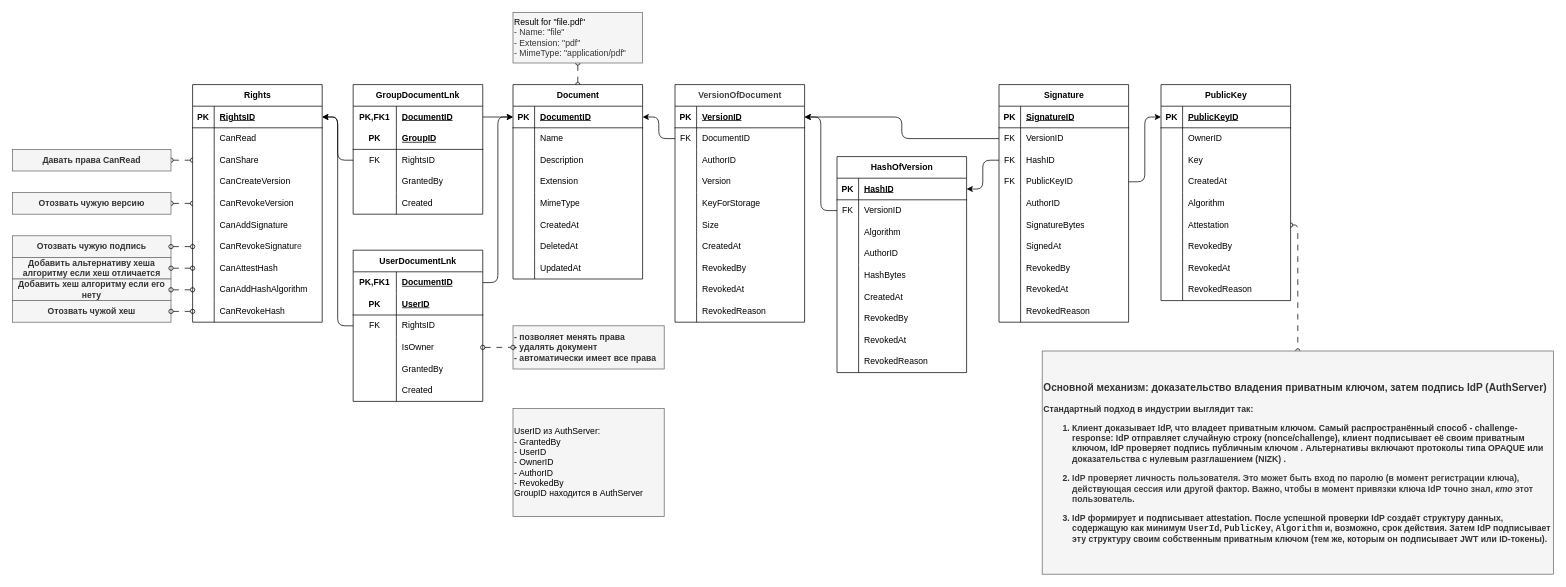
Shevchenko-Eduard/SecureEDM keeps this draw.io diagram as Doc/ER-BridgeServer.drawio. Above is the earlier version. Source tidied: cells renumbered, new cells numbered last; positions are measured from the earlier drawing's top-left corner, leaving out a move shared by most shapes. Both pictures are drawn from the tidied source at 72%, with x=0, y=0 at pixel (12, 12).
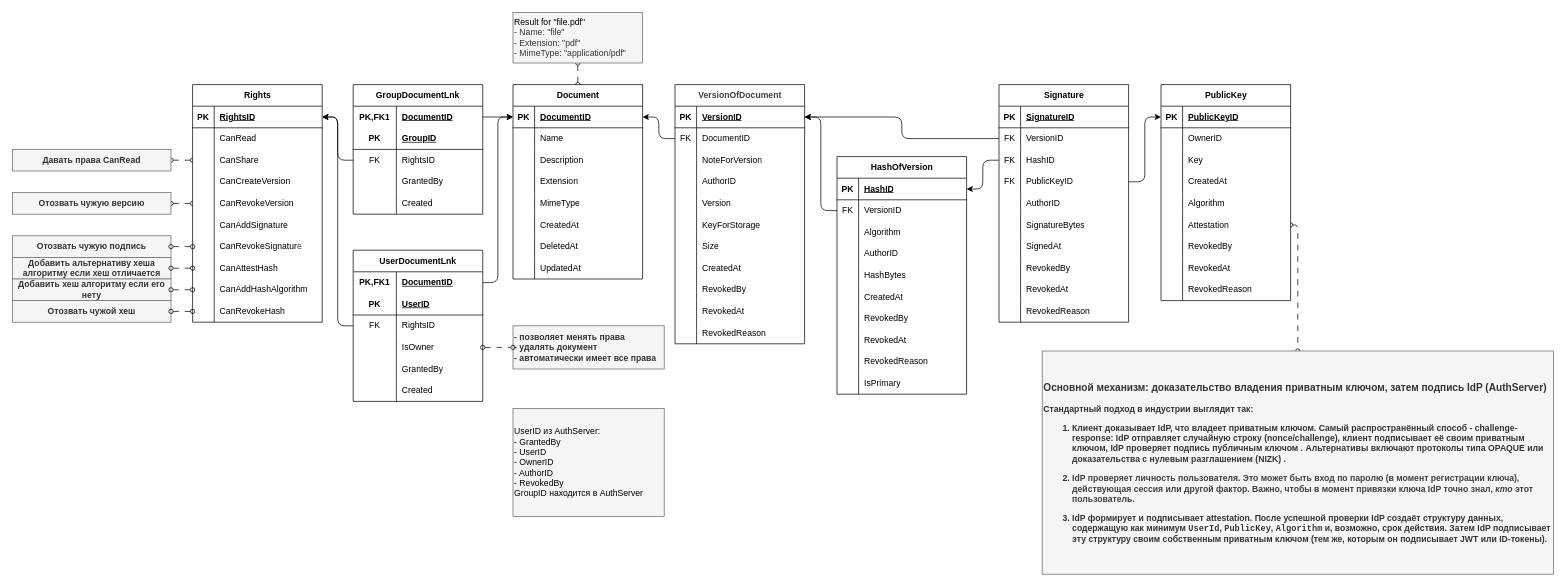
After the change.

Change to the diagram source:
```diff
@@
     <mxCell id="94" value="&lt;span style=&quot;color: rgb(63, 63, 63); text-align: left; white-space: normal;&quot;&gt;VersionOfDocument&lt;/span&gt;" style="shape=table;startSize=30;childLayout=tableLayout;rowLines=0;fontStyle=1;align=center;html=1;gradientColor=none;fillColor=default;swimlaneFillColor=default;" parent="1" vertex="1">
-      <mxGeometry x="920" y="100" width="180" height="330" as="geometry" />
+      <mxGeometry x="920" y="100" width="180" height="360" as="geometry" />
     </mxCell>
@@
+    <mxCell id="239" style="shape=tableRow;horizontal=0;startSize=0;swimlaneHead=0;swimlaneBody=0;fillColor=none;top=0;left=0;right=0;bottom=0;" parent="94" vertex="1">
+      <mxGeometry y="90" width="180" height="30" as="geometry" />
+    </mxCell>
+    <mxCell id="240" style="shape=partialRectangle;fillColor=none;top=0;left=0;bottom=0;right=0;overflow=hidden;whiteSpace=wrap;html=1;" parent="239" vertex="1">
+      <mxGeometry width="30" height="30" as="geometry" />
+    </mxCell>
+    <mxCell id="241" value="NoteForVersion" style="shape=partialRectangle;fillColor=none;top=0;left=0;bottom=0;right=0;align=left;spacingLeft=6;overflow=hidden;whiteSpace=wrap;html=1;" parent="239" vertex="1">
+      <mxGeometry x="30" width="150" height="30" as="geometry" />
+    </mxCell>
     <mxCell id="101" style="shape=tableRow;horizontal=0;startSize=0;swimlaneHead=0;swimlaneBody=0;fillColor=none;top=0;left=0;right=0;bottom=0;" parent="94" vertex="1">
-      <mxGeometry y="90" width="180" height="30" as="geometry" />
+      <mxGeometry y="120" width="180" height="30" as="geometry" />
     </mxCell>
@@
     <mxCell id="104" style="shape=tableRow;horizontal=0;startSize=0;swimlaneHead=0;swimlaneBody=0;fillColor=none;top=0;left=0;right=0;bottom=0;" parent="94" vertex="1">
-      <mxGeometry y="120" width="180" height="30" as="geometry" />
+      <mxGeometry y="150" width="180" height="30" as="geometry" />
     </mxCell>
@@
     <mxCell id="107" style="shape=tableRow;horizontal=0;startSize=0;swimlaneHead=0;swimlaneBody=0;fillColor=none;top=0;left=0;right=0;bottom=0;" parent="94" vertex="1">
-      <mxGeometry y="150" width="180" height="30" as="geometry" />
+      <mxGeometry y="180" width="180" height="30" as="geometry" />
     </mxCell>
@@
     <mxCell id="110" style="shape=tableRow;horizontal=0;startSize=0;swimlaneHead=0;swimlaneBody=0;fillColor=none;top=0;left=0;right=0;bottom=0;" parent="94" vertex="1">
-      <mxGeometry y="180" width="180" height="30" as="geometry" />
+      <mxGeometry y="210" width="180" height="30" as="geometry" />
     </mxCell>
@@
     <mxCell id="113" style="shape=tableRow;horizontal=0;startSize=0;swimlaneHead=0;swimlaneBody=0;fillColor=none;top=0;left=0;right=0;bottom=0;" parent="94" vertex="1">
-      <mxGeometry y="210" width="180" height="30" as="geometry" />
+      <mxGeometry y="240" width="180" height="30" as="geometry" />
     </mxCell>
@@
     <mxCell id="116" style="shape=tableRow;horizontal=0;startSize=0;swimlaneHead=0;swimlaneBody=0;fillColor=none;top=0;left=0;right=0;bottom=0;" parent="94" vertex="1">
-      <mxGeometry y="240" width="180" height="30" as="geometry" />
+      <mxGeometry y="270" width="180" height="30" as="geometry" />
     </mxCell>
@@
     <mxCell id="119" style="shape=tableRow;horizontal=0;startSize=0;swimlaneHead=0;swimlaneBody=0;fillColor=none;top=0;left=0;right=0;bottom=0;" parent="94" vertex="1">
-      <mxGeometry y="270" width="180" height="30" as="geometry" />
+      <mxGeometry y="300" width="180" height="30" as="geometry" />
     </mxCell>
@@
     <mxCell id="122" style="shape=tableRow;horizontal=0;startSize=0;swimlaneHead=0;swimlaneBody=0;fillColor=none;top=0;left=0;right=0;bottom=0;" parent="94" vertex="1">
-      <mxGeometry y="300" width="180" height="30" as="geometry" />
+      <mxGeometry y="330" width="180" height="30" as="geometry" />
     </mxCell>
@@
     <mxCell id="159" value="HashOfVersion" style="shape=table;startSize=30;childLayout=tableLayout;rowLines=0;fontStyle=1;align=center;html=1;gradientColor=none;fillColor=default;swimlaneFillColor=default;" parent="1" vertex="1">
-      <mxGeometry x="1145" y="200" width="180" height="300" as="geometry" />
+      <mxGeometry x="1145" y="200" width="180" height="330" as="geometry" />
     </mxCell>
@@
+    <mxCell id="242" style="shape=tableRow;horizontal=0;startSize=0;swimlaneHead=0;swimlaneBody=0;fillColor=none;top=0;left=0;right=0;bottom=0;" parent="159" vertex="1">
+      <mxGeometry y="300" width="180" height="30" as="geometry" />
+    </mxCell>
+    <mxCell id="243" style="shape=partialRectangle;fillColor=none;top=0;left=0;bottom=0;right=0;overflow=hidden;whiteSpace=wrap;html=1;" parent="242" vertex="1">
+      <mxGeometry width="30" height="30" as="geometry" />
+    </mxCell>
+    <mxCell id="244" value="IsPrimary" style="shape=partialRectangle;fillColor=none;top=0;left=0;bottom=0;right=0;align=left;spacingLeft=6;overflow=hidden;whiteSpace=wrap;html=1;" parent="242" vertex="1">
+      <mxGeometry x="30" width="150" height="30" as="geometry" />
+    </mxCell>
```
